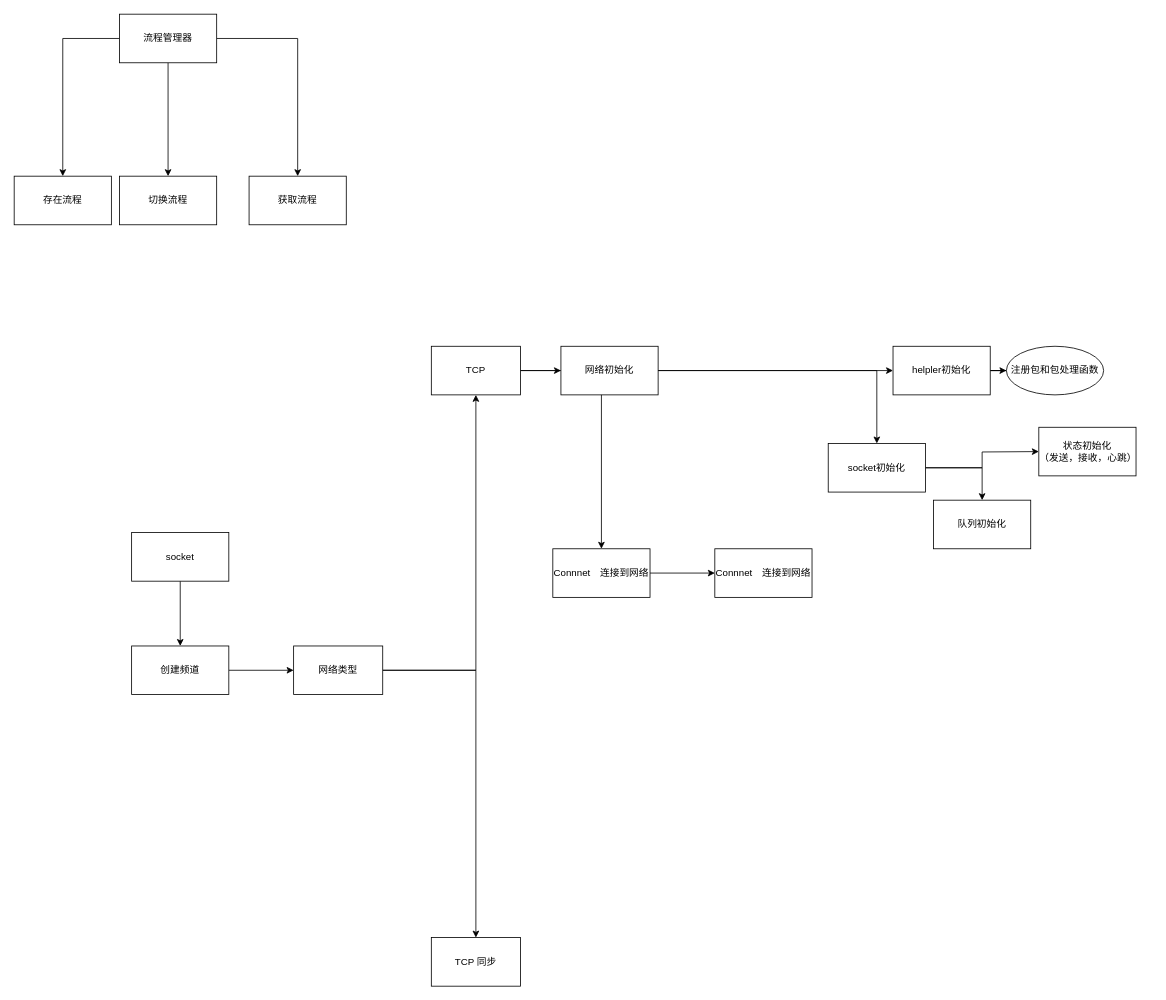
The draw.io diagram GameFramework/Untitled Diagram.drawio in xzp3094997376/DrawIO, before the edit. Source tidied: cells renumbered, new cells numbered last; positions are measured from the earlier drawing's top-left corner, leaving out a move shared by most shapes. Both pictures are drawn from the tidied source at 81%, with x=0, y=0 at pixel (14, 14).
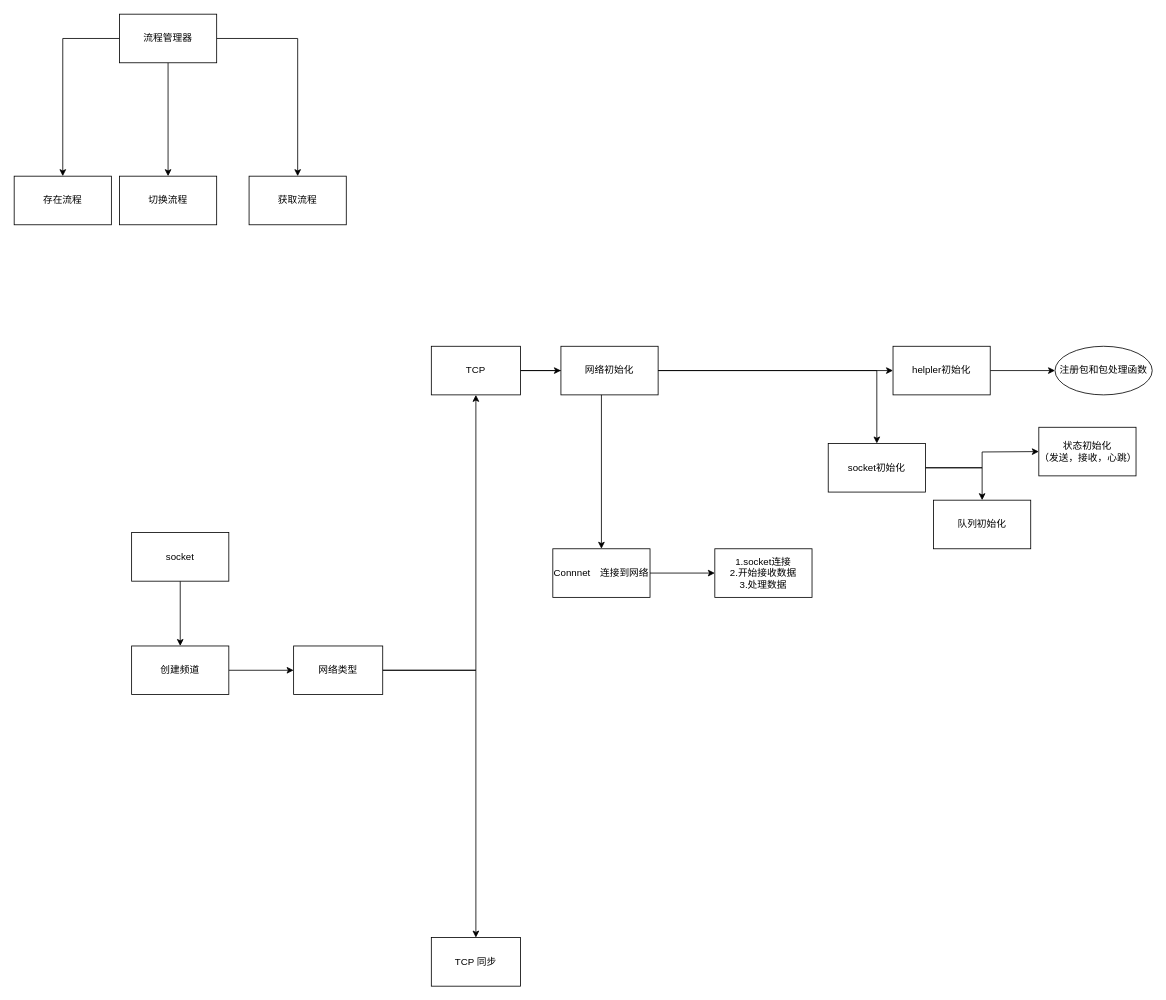
The same page after the edit.

Change to the diagram source:
```diff
@@
     <mxCell id="22" value="注册包和包处理函数" style="ellipse;whiteSpace=wrap;html=1;" parent="1" vertex="1">
-      <mxGeometry x="1225" y="410" width="120" height="60" as="geometry" />
+      <mxGeometry x="1285" y="410" width="120" height="60" as="geometry" />
     </mxCell>
@@
-    <mxCell id="33" value="Connnet　连接到网络" style="whiteSpace=wrap;html=1;" parent="1" vertex="1">
+    <mxCell id="33" value="1.socket连接&lt;br&gt;2.开始接收数据&lt;br&gt;3.处理数据" style="whiteSpace=wrap;html=1;" parent="1" vertex="1">
       <mxGeometry x="865" y="660" width="120" height="60" as="geometry" />
     </mxCell>
```
